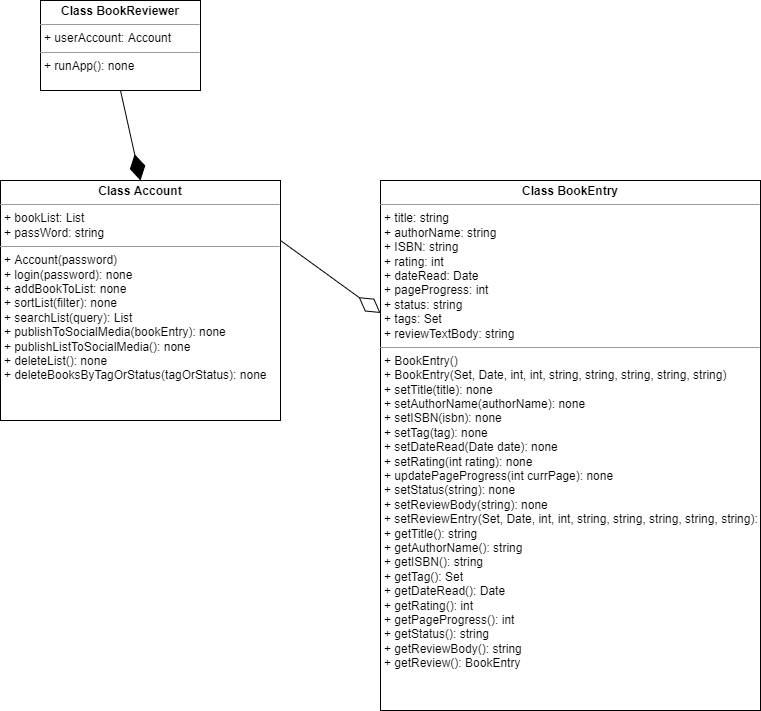
Above: specs/system diagrams/inheritance.drawio.png in cse110-fa22-group13/cse110-fa22-group13 (draw.io), before the change. Source tidied: cells renumbered, new cells last; positions are measured from the earlier drawing's top-left corner, leaving out a move shared by most shapes.
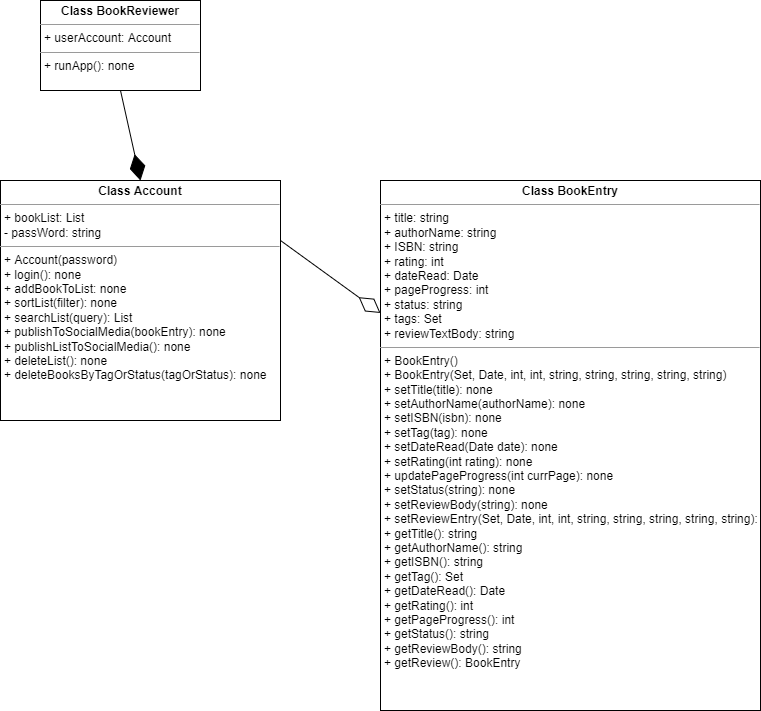
After the change.

Commit message:
Update inheritance diagram with minor change

What changed in the source:
```diff
@@ -2,7 +2,7 @@
   <root>
     <mxCell id="0" />
     <mxCell id="1" parent="0" />
-    <mxCell id="2" value="&lt;p style=&quot;margin: 0px ; margin-top: 4px ; text-align: center&quot;&gt;&lt;b&gt;Class Account&lt;/b&gt;&lt;/p&gt;&lt;hr size=&quot;1&quot;&gt;&lt;p style=&quot;margin: 0px ; margin-left: 4px&quot;&gt;+ bookList: List&lt;/p&gt;&lt;p style=&quot;margin: 0px ; margin-left: 4px&quot;&gt;+ passWord: string&lt;/p&gt;&lt;hr size=&quot;1&quot;&gt;&lt;p style=&quot;margin: 0px ; margin-left: 4px&quot;&gt;+ Account(password)&lt;/p&gt;&lt;p style=&quot;margin: 0px ; margin-left: 4px&quot;&gt;+ login(password): none&lt;/p&gt;&lt;p style=&quot;margin: 0px ; margin-left: 4px&quot;&gt;+ addBookToList: none&lt;/p&gt;&lt;p style=&quot;margin: 0px ; margin-left: 4px&quot;&gt;+ sortList(filter): none&lt;/p&gt;&lt;p style=&quot;margin: 0px ; margin-left: 4px&quot;&gt;+ searchList(query): List&lt;/p&gt;&lt;p style=&quot;margin: 0px ; margin-left: 4px&quot;&gt;+ publishToSocialMedia(bookEntry): none&lt;/p&gt;&lt;p style=&quot;margin: 0px ; margin-left: 4px&quot;&gt;+ publishListToSocialMedia(): none&lt;/p&gt;&lt;p style=&quot;margin: 0px ; margin-left: 4px&quot;&gt;+ deleteList(): none&lt;/p&gt;&lt;p style=&quot;margin: 0px ; margin-left: 4px&quot;&gt;+ deleteBooksByTagOrStatus(tagOrStatus): none&lt;/p&gt;" style="verticalAlign=top;align=left;overflow=fill;fontSize=12;fontFamily=Helvetica;html=1;" parent="1" vertex="1">
+    <mxCell id="2" value="&lt;p style=&quot;margin: 0px ; margin-top: 4px ; text-align: center&quot;&gt;&lt;b&gt;Class Account&lt;/b&gt;&lt;/p&gt;&lt;hr size=&quot;1&quot;&gt;&lt;p style=&quot;margin: 0px ; margin-left: 4px&quot;&gt;+ bookList: List&lt;/p&gt;&lt;p style=&quot;margin: 0px ; margin-left: 4px&quot;&gt;- passWord: string&lt;/p&gt;&lt;hr size=&quot;1&quot;&gt;&lt;p style=&quot;margin: 0px ; margin-left: 4px&quot;&gt;+ Account(password)&lt;/p&gt;&lt;p style=&quot;margin: 0px ; margin-left: 4px&quot;&gt;+ login(): none&lt;/p&gt;&lt;p style=&quot;margin: 0px ; margin-left: 4px&quot;&gt;+ addBookToList: none&lt;/p&gt;&lt;p style=&quot;margin: 0px ; margin-left: 4px&quot;&gt;+ sortList(filter): none&lt;/p&gt;&lt;p style=&quot;margin: 0px ; margin-left: 4px&quot;&gt;+ searchList(query): List&lt;/p&gt;&lt;p style=&quot;margin: 0px ; margin-left: 4px&quot;&gt;+ publishToSocialMedia(bookEntry): none&lt;/p&gt;&lt;p style=&quot;margin: 0px ; margin-left: 4px&quot;&gt;+ publishListToSocialMedia(): none&lt;/p&gt;&lt;p style=&quot;margin: 0px ; margin-left: 4px&quot;&gt;+ deleteList(): none&lt;/p&gt;&lt;p style=&quot;margin: 0px ; margin-left: 4px&quot;&gt;+ deleteBooksByTagOrStatus(tagOrStatus): none&lt;/p&gt;" style="verticalAlign=top;align=left;overflow=fill;fontSize=12;fontFamily=Helvetica;html=1;" parent="1" vertex="1">
       <mxGeometry y="180" width="280" height="240" as="geometry" />
     </mxCell>
     <mxCell id="3" value="&lt;p style=&quot;margin: 4px 0px 0px ; text-align: center&quot;&gt;&lt;b&gt;Class BookEntry&lt;/b&gt;&lt;/p&gt;&lt;hr size=&quot;1&quot;&gt;&lt;p style=&quot;margin: 0px 0px 0px 4px&quot;&gt;+ title: string&lt;/p&gt;&lt;p style=&quot;margin: 0px 0px 0px 4px&quot;&gt;+ authorName: string&lt;/p&gt;&lt;p style=&quot;margin: 0px 0px 0px 4px&quot;&gt;+ ISBN: string&lt;/p&gt;&lt;p style=&quot;margin: 0px 0px 0px 4px&quot;&gt;+ rating: int&lt;/p&gt;&lt;p style=&quot;margin: 0px 0px 0px 4px&quot;&gt;+ dateRead: Date&lt;/p&gt;&lt;p style=&quot;margin: 0px 0px 0px 4px&quot;&gt;+ pageProgress: int&lt;/p&gt;&lt;p style=&quot;margin: 0px 0px 0px 4px&quot;&gt;+ status: string&lt;/p&gt;&lt;p style=&quot;margin: 0px 0px 0px 4px&quot;&gt;+ tags: Set&lt;br&gt;+ reviewTextBody: string&lt;/p&gt;&lt;hr size=&quot;1&quot;&gt;&lt;p style=&quot;margin: 0px 0px 0px 4px&quot;&gt;+ BookEntry()&lt;/p&gt;&lt;p style=&quot;margin: 0px 0px 0px 4px&quot;&gt;+ BookEntry(Set, Date, int, int, string, string, string, string, string)&lt;br&gt;&lt;/p&gt;&lt;p style=&quot;margin: 0px 0px 0px 4px&quot;&gt;+ setTitle(title): none&lt;/p&gt;&lt;p style=&quot;margin: 0px 0px 0px 4px&quot;&gt;+ setAuthorName(authorName): none&lt;/p&gt;&lt;p style=&quot;margin: 0px 0px 0px 4px&quot;&gt;+ setISBN(isbn): none&lt;/p&gt;&lt;p style=&quot;margin: 0px 0px 0px 4px&quot;&gt;+ setTag(tag): none&lt;br&gt;&lt;/p&gt;&lt;p style=&quot;margin: 0px 0px 0px 4px&quot;&gt;+ setDateRead(Date date): none&lt;br&gt;+ setRating(int rating): none&lt;br&gt;&lt;/p&gt;&lt;p style=&quot;margin: 0px 0px 0px 4px&quot;&gt;+ updatePageProgress(int currPage): none&lt;br&gt;&lt;/p&gt;&lt;p style=&quot;margin: 0px 0px 0px 4px&quot;&gt;+ setStatus(string): none&lt;/p&gt;&lt;p style=&quot;margin: 0px 0px 0px 4px&quot;&gt;+ setReviewBody(string): none&lt;/p&gt;&lt;p style=&quot;margin: 0px 0px 0px 4px&quot;&gt;+ setReviewEntry(Set, Date, int, int, string, string, string, string, string): none&lt;/p&gt;&lt;p style=&quot;margin: 0px 0px 0px 4px&quot;&gt;+ getTitle(): string&lt;/p&gt;&lt;p style=&quot;margin: 0px 0px 0px 4px&quot;&gt;+ getAuthorName(): string&lt;/p&gt;&lt;p style=&quot;margin: 0px 0px 0px 4px&quot;&gt;+ getISBN(): string&lt;/p&gt;&lt;p style=&quot;margin: 0px 0px 0px 4px&quot;&gt;+ getTag(): Set&lt;/p&gt;&lt;p style=&quot;margin: 0px 0px 0px 4px&quot;&gt;+ getDateRead(): Date&lt;/p&gt;&lt;p style=&quot;margin: 0px 0px 0px 4px&quot;&gt;+ getRating(): int&lt;/p&gt;&lt;p style=&quot;margin: 0px 0px 0px 4px&quot;&gt;+ getPageProgress(): int&lt;/p&gt;&lt;p style=&quot;margin: 0px 0px 0px 4px&quot;&gt;+ getStatus(): string&lt;br&gt;&lt;/p&gt;&lt;p style=&quot;margin: 0px 0px 0px 4px&quot;&gt;+ getReviewBody(): string&lt;br&gt;&lt;/p&gt;&lt;p style=&quot;margin: 0px 0px 0px 4px&quot;&gt;+ getReview(): BookEntry&lt;/p&gt;" style="verticalAlign=top;align=left;overflow=fill;fontSize=12;fontFamily=Helvetica;html=1;" parent="1" vertex="1">
```
